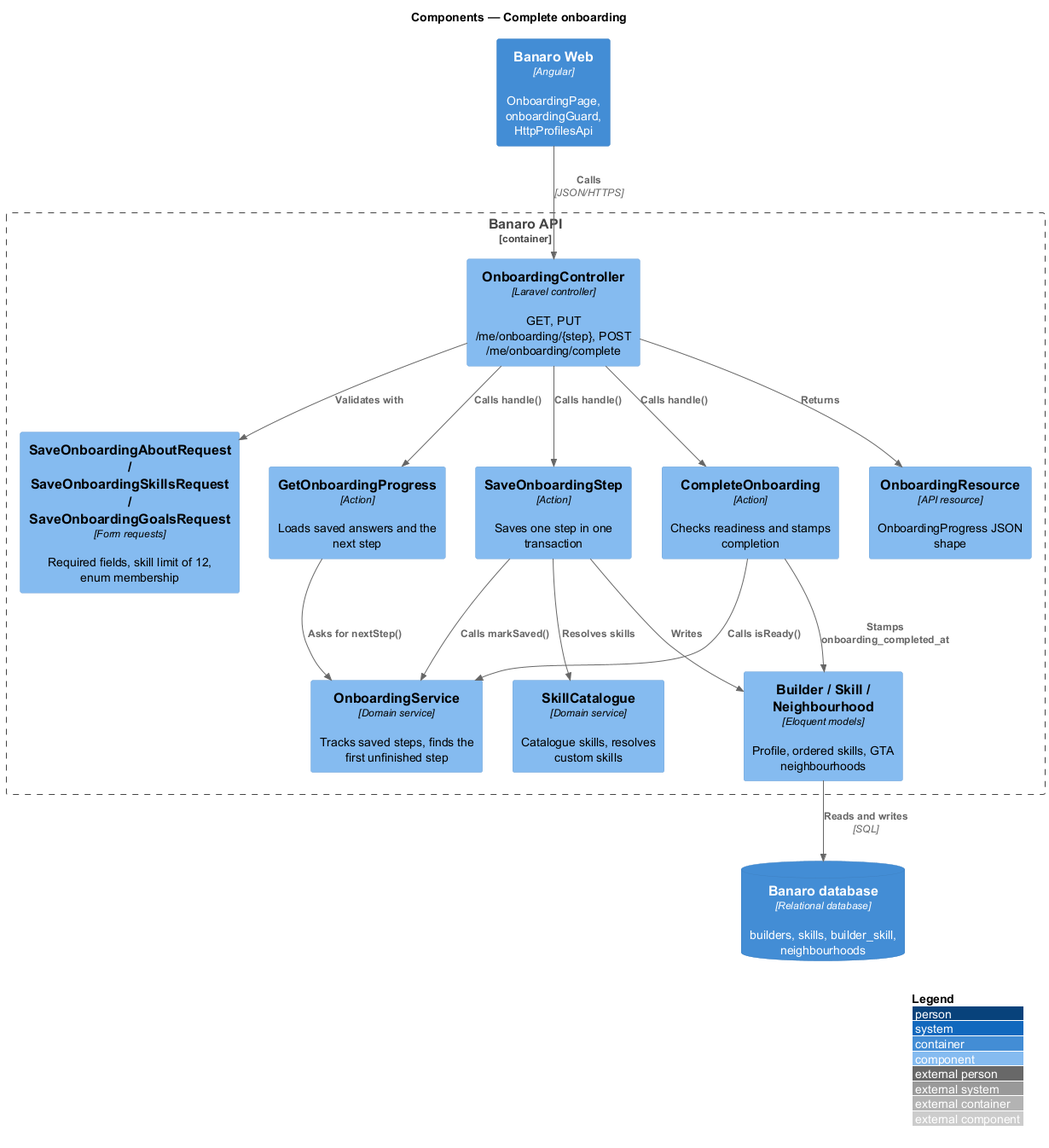
Before: docs/detailed-designs/profiles/complete-onboarding/diagrams/c4-component.png, a diagram exported from PlantUML (QuinntyneBrown/banaro).
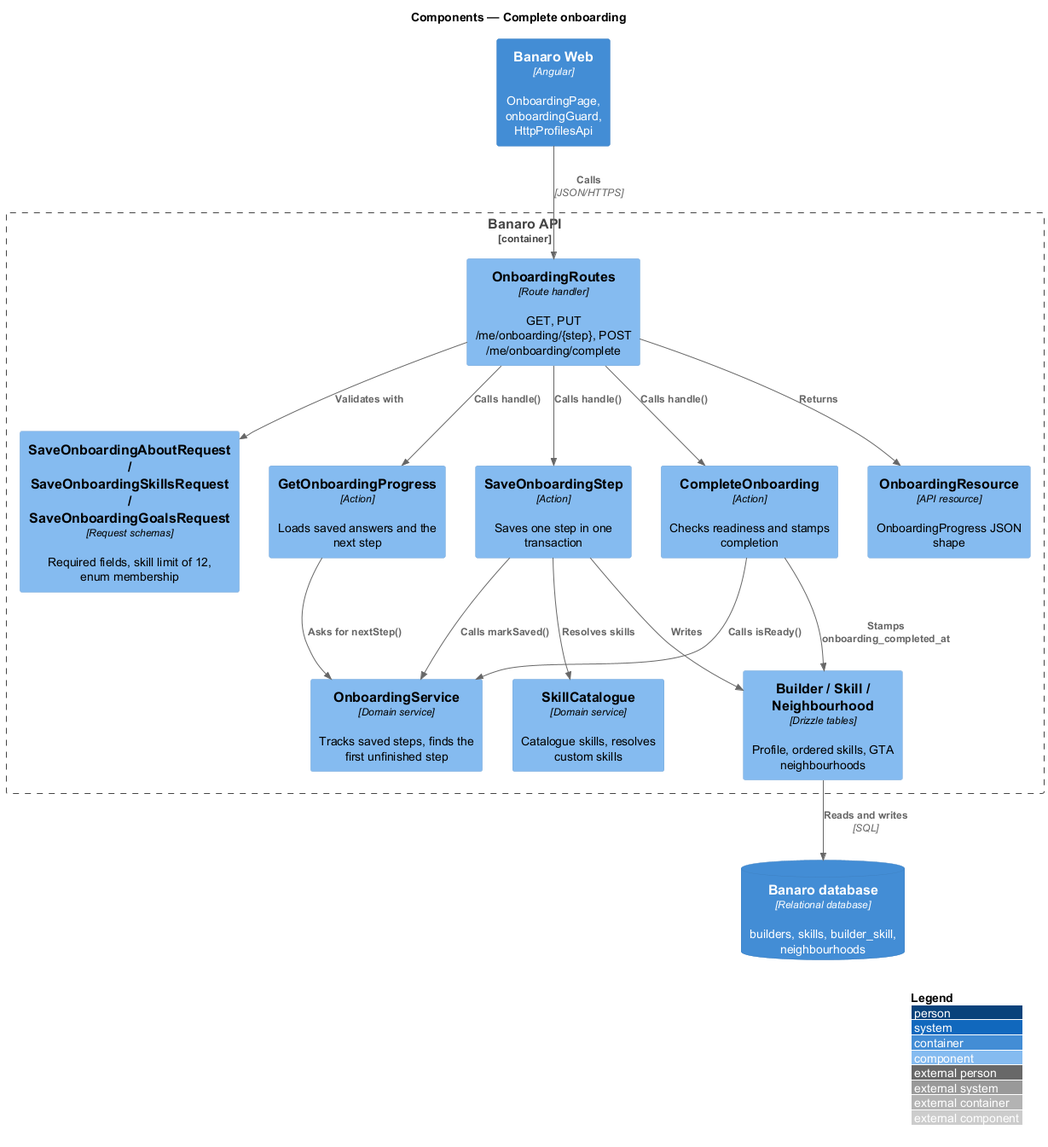
After the change.

What changed in the source:
```diff
@@ -7,14 +7,14 @@
 ContainerDb(db, "Banaro database", "Relational database", "builders, skills, builder_skill, neighbourhoods")
 
 Container_Boundary(api, "Banaro API") {
-  Component(ctrl, "OnboardingController", "Laravel controller", "GET, PUT /me/onboarding/{step}, POST /me/onboarding/complete")
-  Component(req, "SaveOnboardingAboutRequest / SaveOnboardingSkillsRequest / SaveOnboardingGoalsRequest", "Form requests", "Required fields, skill limit of 12, enum membership")
+  Component(ctrl, "OnboardingRoutes", "Route handler", "GET, PUT /me/onboarding/{step}, POST /me/onboarding/complete")
+  Component(req, "SaveOnboardingAboutRequest / SaveOnboardingSkillsRequest / SaveOnboardingGoalsRequest", "Request schemas", "Required fields, skill limit of 12, enum membership")
   Component(get, "GetOnboardingProgress", "Action", "Loads saved answers and the next step")
   Component(save, "SaveOnboardingStep", "Action", "Saves one step in one transaction")
   Component(complete, "CompleteOnboarding", "Action", "Checks readiness and stamps completion")
   Component(svc, "OnboardingService", "Domain service", "Tracks saved steps, finds the first unfinished step")
   Component(catalogue, "SkillCatalogue", "Domain service", "Catalogue skills, resolves custom skills")
-  Component(models, "Builder / Skill / Neighbourhood", "Eloquent models", "Profile, ordered skills, GTA neighbourhoods")
+  Component(models, "Builder / Skill / Neighbourhood", "Drizzle tables", "Profile, ordered skills, GTA neighbourhoods")
   Component(resource, "OnboardingResource", "API resource", "OnboardingProgress JSON shape")
 }
 
```
